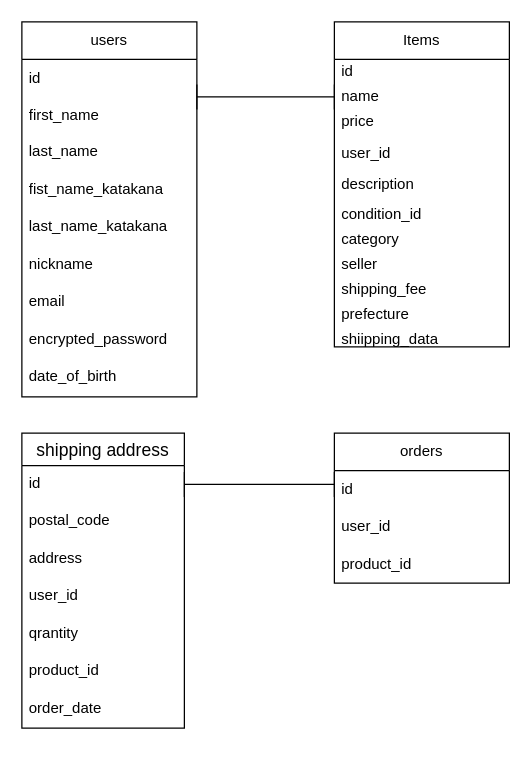
yusukenemoto12345/furima39956_2 keeps this draw.io diagram as test.dio. Above is the earlier version. Source tidied: cells renumbered, new cells numbered last; positions are measured from the earlier drawing's top-left corner, leaving out a move shared by most shapes. Both pictures are drawn from the tidied source at 125%, with x=0, y=0 at pixel (21, 21).
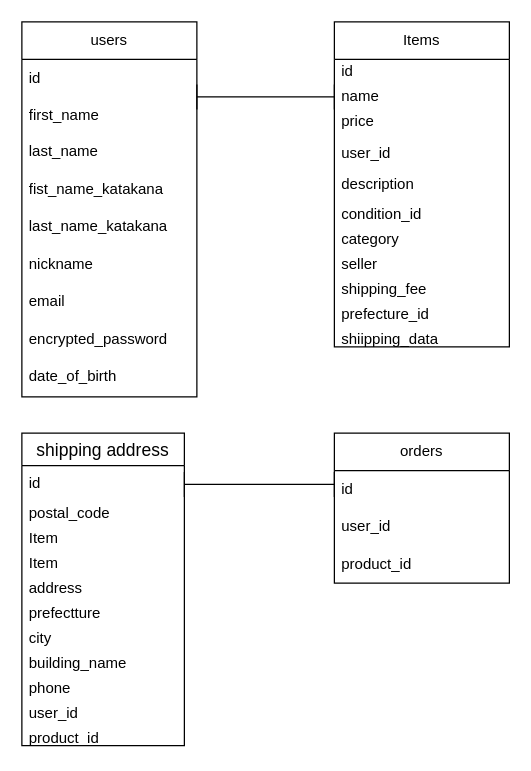
Above is the later version.

The change refers to these unchanged cells:
```xml
<mxCell id="2" value="Items" style="swimlane;fontStyle=0;horizontal=1;startSize=30;whiteSpace=wrap;html=1;" parent="1" vertex="1">
  <mxGeometry x="250" width="140" height="260" as="geometry" />
</mxCell>
```

What changed in the source:
```diff
@@
-    <mxCell id="12" value="prefecture" style="text;strokeColor=none;fillColor=none;spacingLeft=4;spacingRight=4;overflow=hidden;fontSize=12;" parent="2" vertex="1">
+    <mxCell id="12" value="prefecture_id" style="text;strokeColor=none;fillColor=none;spacingLeft=4;spacingRight=4;overflow=hidden;fontSize=12;" parent="2" vertex="1">
       <mxGeometry y="220" width="140" height="20" as="geometry" />
     </mxCell>
@@
     <mxCell id="28" value="shipping address" style="swimlane;fontStyle=0;horizontal=1;startSize=26;align=center;fontSize=14;" parent="1" vertex="1">
-      <mxGeometry y="329" width="130" height="236" as="geometry" />
+      <mxGeometry y="329" width="130" height="250" as="geometry" />
     </mxCell>
     <mxCell id="29" value="id" style="text;strokeColor=none;fillColor=none;spacingLeft=4;spacingRight=4;overflow=hidden;fontSize=12;" parent="28" vertex="1">
-      <mxGeometry y="26" width="130" height="30" as="geometry" />
+      <mxGeometry y="26" width="130" height="24" as="geometry" />
     </mxCell>
     <mxCell id="30" value="postal_code" style="text;strokeColor=none;fillColor=none;spacingLeft=4;spacingRight=4;overflow=hidden;fontSize=12;" parent="28" vertex="1">
-      <mxGeometry y="56" width="130" height="30" as="geometry" />
+      <mxGeometry y="50" width="130" height="20" as="geometry" />
     </mxCell>
+    <mxCell id="38" value="Item" style="text;strokeColor=none;fillColor=none;spacingLeft=4;spacingRight=4;overflow=hidden;fontSize=12;" parent="28" vertex="1">
+      <mxGeometry y="70" width="130" height="20" as="geometry" />
+    </mxCell>
+    <mxCell id="39" value="Item" style="text;strokeColor=none;fillColor=none;spacingLeft=4;spacingRight=4;overflow=hidden;fontSize=12;" parent="28" vertex="1">
+      <mxGeometry y="90" width="130" height="20" as="geometry" />
+    </mxCell>
     <mxCell id="31" value="address" style="text;strokeColor=none;fillColor=none;spacingLeft=4;spacingRight=4;overflow=hidden;fontSize=12;" parent="28" vertex="1">
-      <mxGeometry y="86" width="130" height="30" as="geometry" />
+      <mxGeometry y="110" width="130" height="20" as="geometry" />
     </mxCell>
+    <mxCell id="40" value="prefectture" style="text;strokeColor=none;fillColor=none;spacingLeft=4;spacingRight=4;overflow=hidden;fontSize=12;" parent="28" vertex="1">
+      <mxGeometry y="130" width="130" height="20" as="geometry" />
+    </mxCell>
+    <mxCell id="41" value="city" style="text;strokeColor=none;fillColor=none;spacingLeft=4;spacingRight=4;overflow=hidden;fontSize=12;" parent="28" vertex="1">
+      <mxGeometry y="150" width="130" height="20" as="geometry" />
+    </mxCell>
+    <mxCell id="35" value="building_name" style="text;strokeColor=none;fillColor=none;spacingLeft=4;spacingRight=4;overflow=hidden;fontSize=12;" parent="28" vertex="1">
+      <mxGeometry y="170" width="130" height="20" as="geometry" />
+    </mxCell>
+    <mxCell id="33" value="phone" style="text;strokeColor=none;fillColor=none;spacingLeft=4;spacingRight=4;overflow=hidden;fontSize=12;" parent="28" vertex="1">
+      <mxGeometry y="190" width="130" height="20" as="geometry" />
+    </mxCell>
     <mxCell id="32" value="user_id" style="text;strokeColor=none;fillColor=none;spacingLeft=4;spacingRight=4;overflow=hidden;fontSize=12;" parent="28" vertex="1">
-      <mxGeometry y="116" width="130" height="30" as="geometry" />
+      <mxGeometry y="210" width="130" height="20" as="geometry" />
     </mxCell>
-    <mxCell id="33" value="qrantity" style="text;strokeColor=none;fillColor=none;spacingLeft=4;spacingRight=4;overflow=hidden;fontSize=12;" parent="28" vertex="1">
-      <mxGeometry y="146" width="130" height="30" as="geometry" />
-    </mxCell>
     <mxCell id="34" value="product_id" style="text;strokeColor=none;fillColor=none;spacingLeft=4;spacingRight=4;overflow=hidden;fontSize=12;" parent="28" vertex="1">
-      <mxGeometry y="176" width="130" height="30" as="geometry" />
+      <mxGeometry y="230" width="130" height="20" as="geometry" />
     </mxCell>
-    <mxCell id="35" value="order_date" style="text;strokeColor=none;fillColor=none;spacingLeft=4;spacingRight=4;overflow=hidden;fontSize=12;" parent="28" vertex="1">
-      <mxGeometry y="206" width="130" height="30" as="geometry" />
-    </mxCell>
```
